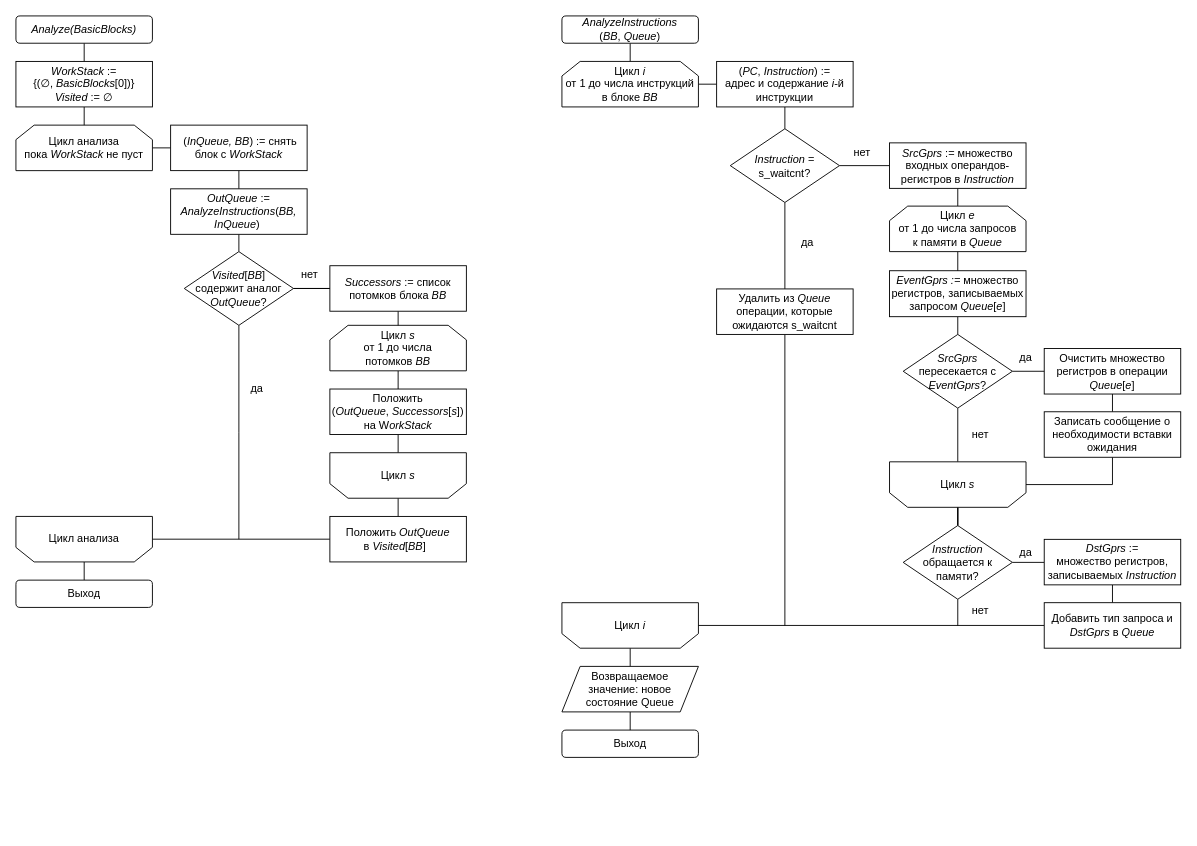
timlathy/itmo-bachelor-thesis keeps this draw.io diagram as diagrams/alg-waitcnt.drawio. Above is the earlier version. Source tidied: cells renumbered, new cells numbered last; positions are measured from the earlier drawing's top-left corner, leaving out a move shared by most shapes. Both pictures are drawn from the tidied source at 91%, with x=0, y=0 at pixel (15, 15).
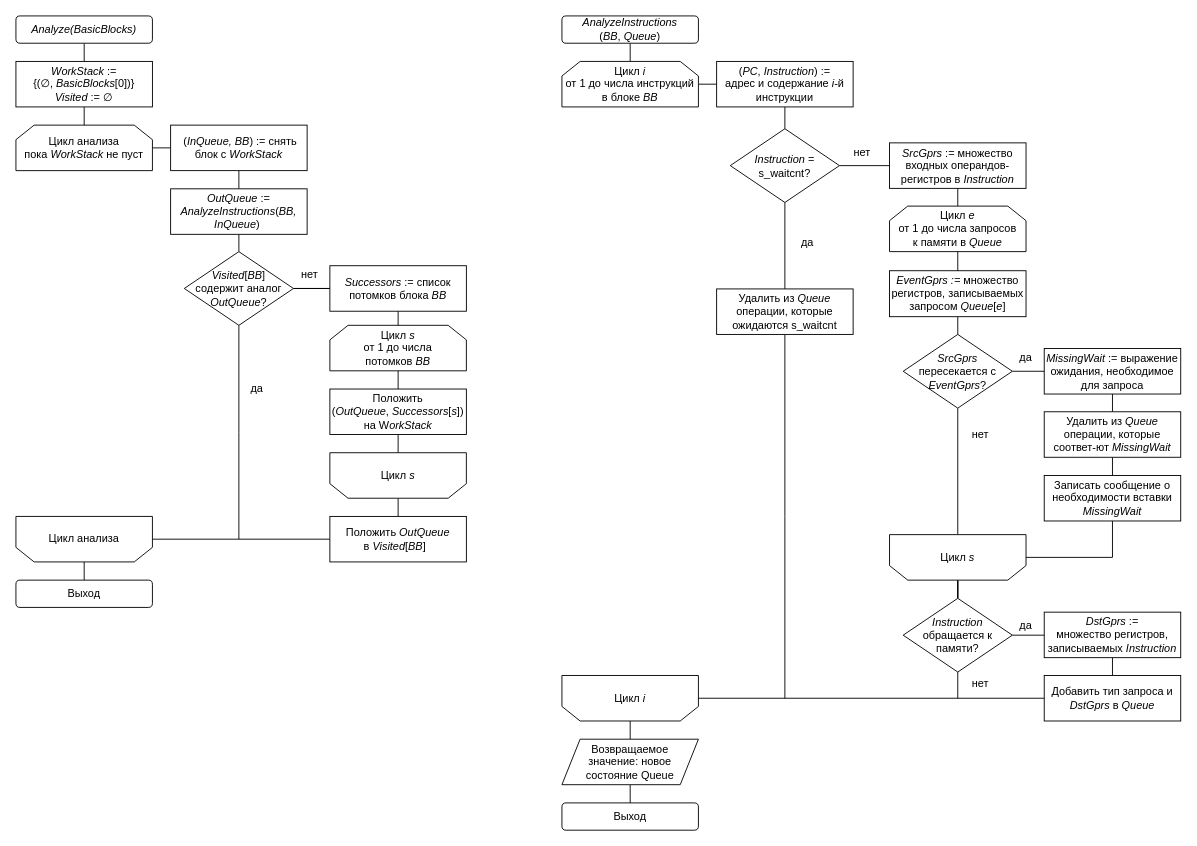
Above is the later version.

Commit message (it also covers changes not shown here):
analysis: fix unbounded queue growth in s_waitcnt analysis

Unchanged cells that the change refers to:
```xml
<mxCell id="41" value="Удалить из&lt;i&gt; Queue &lt;/i&gt;операции, которые ожидаются s_waitcnt" style="rounded=0;whiteSpace=wrap;html=1;" parent="1" vertex="1">
  <mxGeometry x="770" y="300" width="150" height="50" as="geometry" />
</mxCell>
<mxCell id="52" value="&lt;i&gt;SrcGprs &lt;/i&gt;пересекается с &lt;i&gt;EventGprs&lt;/i&gt;?" style="rhombus;whiteSpace=wrap;html=1;" parent="1" vertex="1">
  <mxGeometry x="975" y="350" width="120" height="81" as="geometry" />
</mxCell>
```

Diff of the diagram source:
```diff
@@
     <mxCell id="40" style="edgeStyle=orthogonalEdgeStyle;rounded=0;jettySize=auto;html=1;exitX=0.5;exitY=1;exitDx=0;exitDy=0;endArrow=none;endFill=0;" parent="1" edge="1" source="41">
       <mxGeometry relative="1" as="geometry">
-        <mxPoint x="845" y="670" as="targetPoint" />
+        <mxPoint x="845" y="750" as="targetPoint" />
       </mxGeometry>
     </mxCell>
@@
-    <mxCell id="48" style="edgeStyle=orthogonalEdgeStyle;rounded=0;jettySize=auto;html=1;exitX=0.5;exitY=1;exitDx=0;exitDy=0;entryX=0.5;entryY=0;entryDx=0;entryDy=0;endArrow=none;endFill=0;" parent="1" edge="1" source="49" target="54">
-      <mxGeometry relative="1" as="geometry" />
+    <mxCell id="48" style="edgeStyle=orthogonalEdgeStyle;rounded=0;jettySize=auto;html=1;exitX=0.5;exitY=1;exitDx=0;exitDy=0;entryX=0.5;entryY=0;entryDx=0;entryDy=0;endArrow=none;endFill=0;" parent="1" edge="1" target="54">
+      <mxGeometry relative="1" as="geometry">
+        <mxPoint x="1205" y="415.5" as="sourcePoint" />
+      </mxGeometry>
     </mxCell>
-    <mxCell id="49" value="Очистить множество регистров в операции &lt;i&gt;Queue&lt;/i&gt;[&lt;i&gt;e&lt;/i&gt;]" style="rounded=0;whiteSpace=wrap;html=1;" parent="1" vertex="1">
-      <mxGeometry x="1130" y="365.5" width="150" height="50" as="geometry" />
-    </mxCell>
-    <mxCell id="50" style="edgeStyle=orthogonalEdgeStyle;rounded=0;jettySize=auto;html=1;exitX=1;exitY=0.5;exitDx=0;exitDy=0;entryX=0;entryY=0.5;entryDx=0;entryDy=0;endArrow=none;endFill=0;" parent="1" edge="1" source="52" target="49">
-      <mxGeometry relative="1" as="geometry" />
+    <mxCell id="50" style="edgeStyle=orthogonalEdgeStyle;rounded=0;jettySize=auto;html=1;exitX=1;exitY=0.5;exitDx=0;exitDy=0;entryX=0;entryY=0.5;entryDx=0;entryDy=0;endArrow=none;endFill=0;" parent="1" edge="1" source="52">
+      <mxGeometry relative="1" as="geometry">
+        <mxPoint x="1130" y="390.5" as="targetPoint" />
+      </mxGeometry>
     </mxCell>
@@
-    <mxCell id="54" value="Записать сообщение о необходимости вставки ожидания" style="rounded=0;whiteSpace=wrap;html=1;" parent="1" vertex="1">
+    <mxCell id="54" value="Удалить из &lt;i&gt;Queue&lt;/i&gt; операции, которые соответ-ют&amp;nbsp;&lt;i&gt;MissingWait&lt;/i&gt;" style="rounded=0;whiteSpace=wrap;html=1;" parent="1" vertex="1">
       <mxGeometry x="1130" y="435" width="150" height="50" as="geometry" />
     </mxCell>
@@
     <mxCell id="56" value="Цикл&lt;i&gt; s&lt;/i&gt;" style="shape=loopLimit;whiteSpace=wrap;html=1;flipV=1;" parent="1" vertex="1">
-      <mxGeometry x="960" y="490" width="150" height="50" as="geometry" />
+      <mxGeometry x="960" y="570" width="150" height="50" as="geometry" />
     </mxCell>
@@
     <mxCell id="58" value="Цикл&lt;i&gt; i&lt;/i&gt;" style="shape=loopLimit;whiteSpace=wrap;html=1;flipV=1;" parent="1" vertex="1">
-      <mxGeometry x="600" y="644.8" width="150" height="50" as="geometry" />
+      <mxGeometry x="600" y="724.8" width="150" height="50" as="geometry" />
     </mxCell>
@@
     <mxCell id="63" value="Выход" style="rounded=1;whiteSpace=wrap;html=1;" parent="1" vertex="1">
-      <mxGeometry x="600" y="784.8" width="150" height="30" as="geometry" />
+      <mxGeometry x="600" y="864.8" width="150" height="30" as="geometry" />
     </mxCell>
@@
     <mxCell id="65" value="Возвращаемое&lt;br&gt;значение: новое состояние Queue" style="shape=parallelogram;perimeter=parallelogramPerimeter;whiteSpace=wrap;html=1;fixedSize=1;" parent="1" vertex="1">
-      <mxGeometry x="600" y="714.8" width="150" height="50" as="geometry" />
+      <mxGeometry x="600" y="794.8" width="150" height="50" as="geometry" />
     </mxCell>
@@
     <mxCell id="67" style="edgeStyle=orthogonalEdgeStyle;rounded=0;jettySize=auto;html=1;exitX=0.5;exitY=1;exitDx=0;exitDy=0;endArrow=none;endFill=0;" parent="1" edge="1" source="68">
       <mxGeometry relative="1" as="geometry">
-        <mxPoint x="1035" y="670" as="targetPoint" />
+        <mxPoint x="1035" y="750" as="targetPoint" />
       </mxGeometry>
     </mxCell>
     <mxCell id="68" value="&lt;i&gt;Instruction &lt;/i&gt;обращается к памяти?" style="rhombus;whiteSpace=wrap;html=1;" parent="1" vertex="1">
-      <mxGeometry x="975" y="560" width="120" height="81" as="geometry" />
+      <mxGeometry x="975" y="640" width="120" height="81" as="geometry" />
     </mxCell>
@@
     <mxCell id="70" value="&lt;i&gt;DstGprs&lt;/i&gt;&lt;span&gt;&amp;nbsp;:=&lt;/span&gt;&lt;br&gt;&lt;span&gt;множество регистров, записываемых&amp;nbsp;&lt;/span&gt;&lt;i&gt;Instruction&lt;/i&gt;" style="rounded=0;whiteSpace=wrap;html=1;" parent="1" vertex="1">
-      <mxGeometry x="1130" y="575.2" width="150" height="50" as="geometry" />
+      <mxGeometry x="1130" y="655.2" width="150" height="50" as="geometry" />
     </mxCell>
@@
     <mxCell id="72" value="Добавить тип запроса и &lt;i&gt;DstGprs&lt;/i&gt; в &lt;i&gt;Queue&lt;/i&gt;" style="rounded=0;whiteSpace=wrap;html=1;" parent="1" vertex="1">
-      <mxGeometry x="1130" y="644.8" width="150" height="50" as="geometry" />
+      <mxGeometry x="1130" y="724.8" width="150" height="50" as="geometry" />
     </mxCell>
     <mxCell id="73" value="да" style="text;html=1;strokeColor=none;fillColor=none;align=center;verticalAlign=middle;whiteSpace=wrap;rounded=0;" parent="1" vertex="1">
-      <mxGeometry x="1090" y="580" width="40" height="20" as="geometry" />
+      <mxGeometry x="1090" y="660" width="40" height="20" as="geometry" />
     </mxCell>
     <mxCell id="74" value="нет" style="text;html=1;strokeColor=none;fillColor=none;align=center;verticalAlign=middle;whiteSpace=wrap;rounded=0;" parent="1" vertex="1">
-      <mxGeometry x="1040" y="644" width="40" height="20" as="geometry" />
+      <mxGeometry x="1040" y="724" width="40" height="20" as="geometry" />
     </mxCell>
+    <mxCell id="75" value="&lt;i&gt;MissingWait&lt;/i&gt; := выражение ожидания, необходимое для запроса" style="rounded=0;whiteSpace=wrap;html=1;" parent="1" vertex="1">
+      <mxGeometry x="1130" y="365.5" width="150" height="50" as="geometry" />
+    </mxCell>
+    <mxCell id="76" value="Записать сообщение о необходимости вставки &lt;i&gt;MissingWait&lt;/i&gt;" style="rounded=0;whiteSpace=wrap;html=1;" parent="1" vertex="1">
+      <mxGeometry x="1130" y="505" width="150" height="50" as="geometry" />
+    </mxCell>
```
